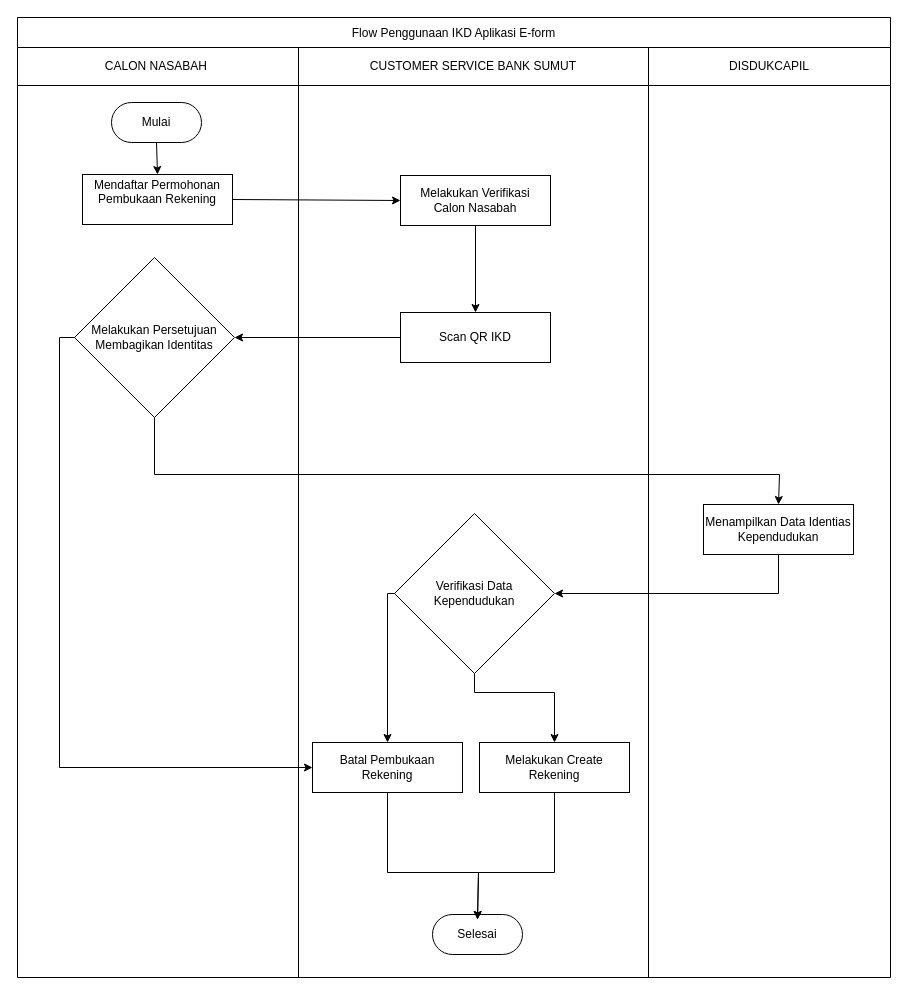
frandachi/appdiagrams keeps this draw.io diagram as Diagram/ALU FLOW IKD.drawio. Above is the earlier version. Source tidied: cells renumbered, new cells numbered last; positions are measured from the earlier drawing's top-left corner, leaving out a move shared by most shapes. Both pictures are drawn from the tidied source at 100%, with x=0, y=0 at pixel (17, 17).
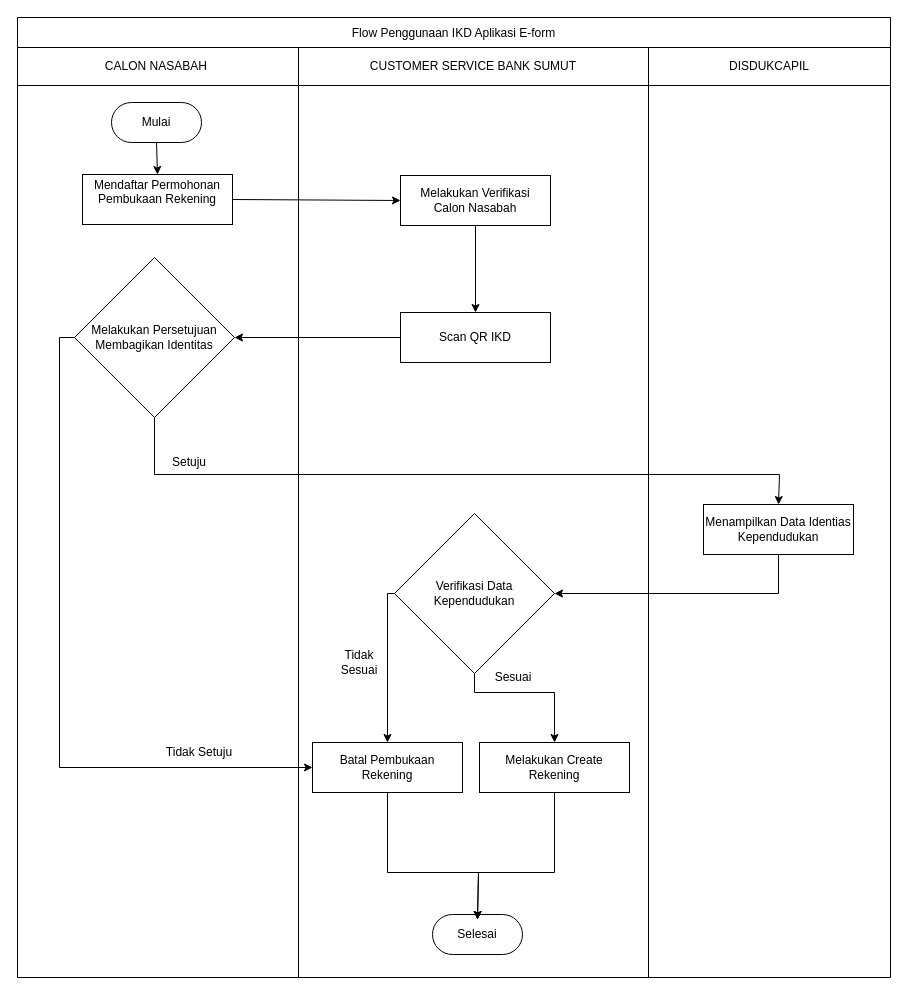
The same diagram, later.

What changed in the source:
```diff
@@
+    <mxCell id="32" value="Setuju" style="text;html=1;align=center;verticalAlign=middle;whiteSpace=wrap;rounded=0;" parent="1" vertex="1">
+      <mxGeometry x="142" y="430" width="60" height="30" as="geometry" />
+    </mxCell>
+    <mxCell id="33" value="Tidak Setuju" style="text;html=1;align=center;verticalAlign=middle;whiteSpace=wrap;rounded=0;" parent="1" vertex="1">
+      <mxGeometry x="142" y="720" width="80" height="30" as="geometry" />
+    </mxCell>
+    <mxCell id="34" value="Sesuai" style="text;html=1;align=center;verticalAlign=middle;whiteSpace=wrap;rounded=0;" parent="1" vertex="1">
+      <mxGeometry x="466" y="645" width="60" height="30" as="geometry" />
+    </mxCell>
+    <mxCell id="35" value="Tidak Sesuai" style="text;html=1;align=center;verticalAlign=middle;whiteSpace=wrap;rounded=0;" parent="1" vertex="1">
+      <mxGeometry x="312" y="630" width="60" height="30" as="geometry" />
+    </mxCell>
```
